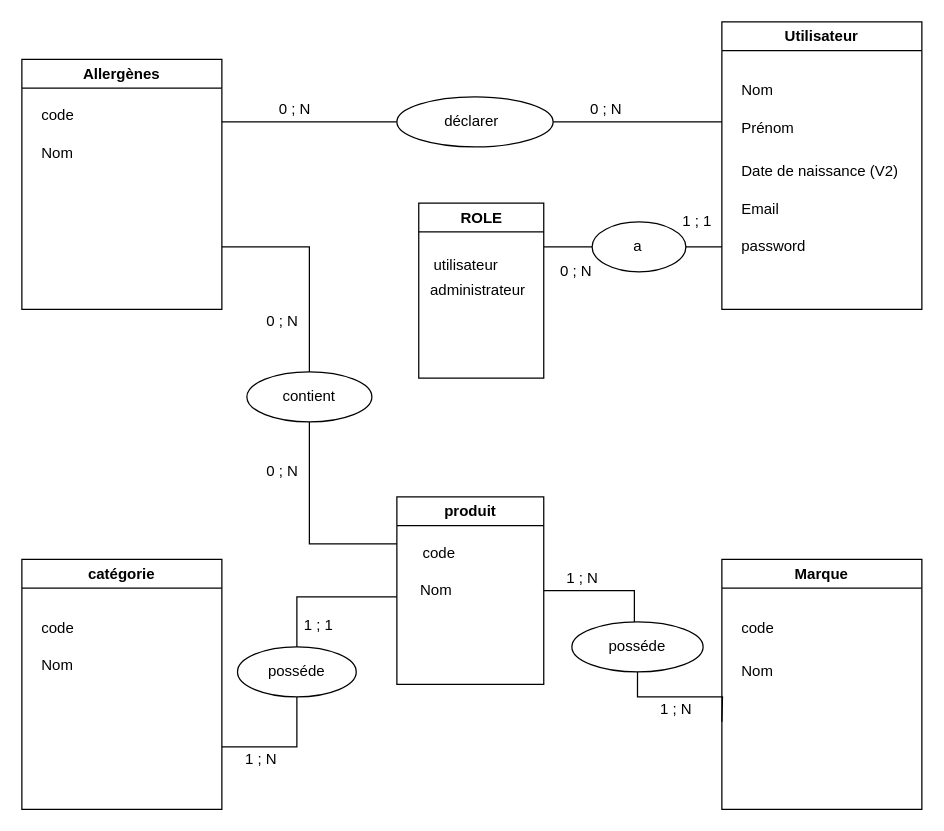
Earlier version of the draw.io diagram docs/MCD.drawio (LordThi/repo-back2). Source tidied: cells renumbered, new cells numbered last; positions are measured from the earlier drawing's top-left corner, leaving out a move shared by most shapes. Both pictures are drawn from the tidied source at 125%, with x=0, y=0 at pixel (21, 21).
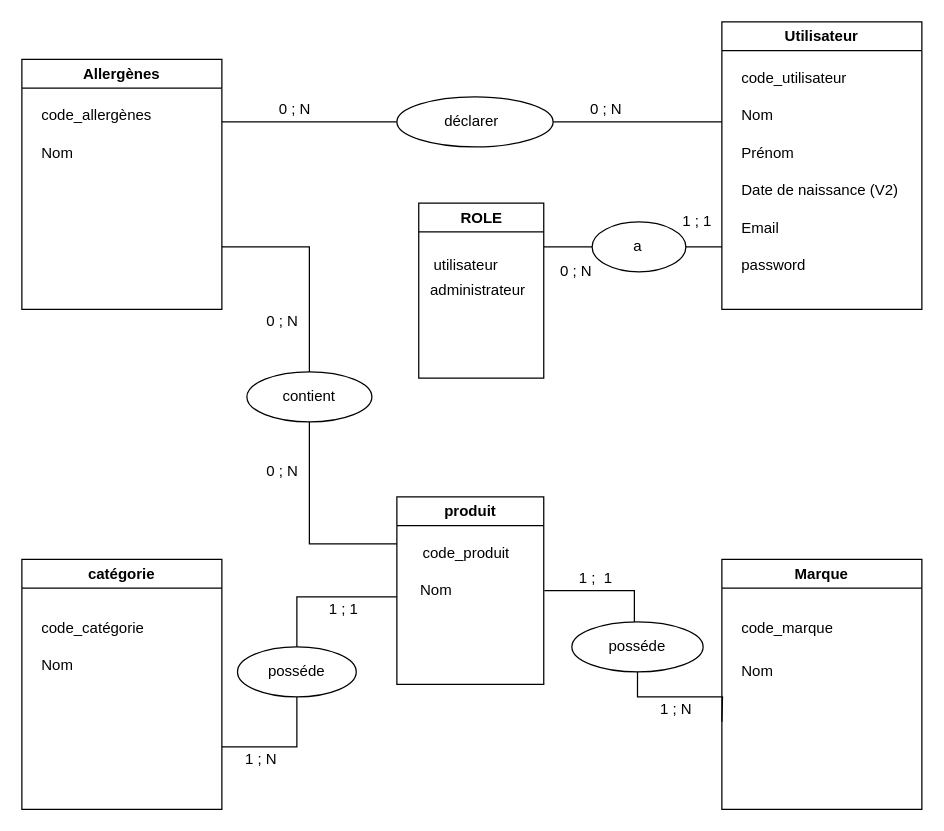
Above is the later version.

Unchanged cells that the change refers to:
```xml
<mxCell id="2" value="Utilisateur" style="swimlane;whiteSpace=wrap;html=1;" parent="1" vertex="1">
  <mxGeometry x="560" width="160" height="230" as="geometry" />
</mxCell>
<mxCell id="9" value="Allergènes" style="swimlane;whiteSpace=wrap;html=1;" parent="1" vertex="1">
  <mxGeometry y="30" width="160" height="200" as="geometry" />
</mxCell>
<mxCell id="12" value="catégorie" style="swimlane;whiteSpace=wrap;html=1;" parent="1" vertex="1">
  <mxGeometry y="430" width="160" height="200" as="geometry" />
</mxCell>
<mxCell id="15" value="Marque" style="swimlane;whiteSpace=wrap;html=1;" parent="1" vertex="1">
  <mxGeometry x="560" y="430" width="160" height="200" as="geometry" />
</mxCell>
<mxCell id="28" value="produit" style="swimlane;whiteSpace=wrap;html=1;" parent="1" vertex="1">
  <mxGeometry x="300" y="380" width="117.5" height="150" as="geometry" />
</mxCell>
<mxCell id="33" style="ellipse;whiteSpace=wrap;html=1;" parent="1" vertex="1">
  <mxGeometry x="440" y="480" width="105" height="40" as="geometry" />
</mxCell>
```

Change to the diagram source:
```diff
@@
     <mxCell id="3" value="Nom" style="text;strokeColor=none;fillColor=none;align=left;verticalAlign=middle;spacingLeft=4;spacingRight=4;overflow=hidden;whiteSpace=wrap;html=1;" parent="2" vertex="1">
-      <mxGeometry x="10" y="40" width="80" height="30" as="geometry" />
+      <mxGeometry x="10" y="60" width="80" height="30" as="geometry" />
     </mxCell>
     <mxCell id="4" value="Prénom" style="text;strokeColor=none;fillColor=none;align=left;verticalAlign=middle;spacingLeft=4;spacingRight=4;overflow=hidden;whiteSpace=wrap;html=1;" parent="2" vertex="1">
-      <mxGeometry x="10" y="70" width="80" height="30" as="geometry" />
+      <mxGeometry x="10" y="90" width="80" height="30" as="geometry" />
     </mxCell>
     <mxCell id="5" value="Date de naissance (V2)" style="text;strokeColor=none;fillColor=none;align=left;verticalAlign=middle;spacingLeft=4;spacingRight=4;overflow=hidden;whiteSpace=wrap;html=1;" parent="2" vertex="1">
-      <mxGeometry x="10" y="105" width="150" height="30" as="geometry" />
+      <mxGeometry x="10" y="120" width="150" height="30" as="geometry" />
     </mxCell>
     <mxCell id="6" value="Email" style="text;strokeColor=none;fillColor=none;align=left;verticalAlign=middle;spacingLeft=4;spacingRight=4;overflow=hidden;whiteSpace=wrap;html=1;" parent="2" vertex="1">
-      <mxGeometry x="10" y="135" width="150" height="30" as="geometry" />
+      <mxGeometry x="10" y="150" width="150" height="30" as="geometry" />
     </mxCell>
     <mxCell id="7" value="password" style="text;strokeColor=none;fillColor=none;align=left;verticalAlign=middle;spacingLeft=4;spacingRight=4;overflow=hidden;whiteSpace=wrap;html=1;" parent="2" vertex="1">
-      <mxGeometry x="10" y="165" width="150" height="30" as="geometry" />
+      <mxGeometry x="10" y="180" width="150" height="30" as="geometry" />
     </mxCell>
+    <mxCell id="52" value="code_utilisateur" style="text;strokeColor=none;fillColor=none;align=left;verticalAlign=middle;spacingLeft=4;spacingRight=4;overflow=hidden;whiteSpace=wrap;html=1;" parent="2" vertex="1">
+      <mxGeometry x="10" y="30" width="110" height="30" as="geometry" />
+    </mxCell>
@@
-    <mxCell id="11" value="code" style="text;strokeColor=none;fillColor=none;align=left;verticalAlign=middle;spacingLeft=4;spacingRight=4;overflow=hidden;whiteSpace=wrap;html=1;" parent="9" vertex="1">
-      <mxGeometry x="10" y="30" width="80" height="30" as="geometry" />
+    <mxCell id="11" value="code_allergènes" style="text;strokeColor=none;fillColor=none;align=left;verticalAlign=middle;spacingLeft=4;spacingRight=4;overflow=hidden;whiteSpace=wrap;html=1;" parent="9" vertex="1">
+      <mxGeometry x="10" y="30" width="110" height="30" as="geometry" />
     </mxCell>
@@
-    <mxCell id="14" value="code" style="text;strokeColor=none;fillColor=none;align=left;verticalAlign=middle;spacingLeft=4;spacingRight=4;overflow=hidden;whiteSpace=wrap;html=1;" parent="12" vertex="1">
-      <mxGeometry x="10" y="40" width="80" height="30" as="geometry" />
+    <mxCell id="14" value="code_catégorie" style="text;strokeColor=none;fillColor=none;align=left;verticalAlign=middle;spacingLeft=4;spacingRight=4;overflow=hidden;whiteSpace=wrap;html=1;" parent="12" vertex="1">
+      <mxGeometry x="10" y="40" width="110" height="30" as="geometry" />
     </mxCell>
@@
-    <mxCell id="17" value="code" style="text;strokeColor=none;fillColor=none;align=left;verticalAlign=middle;spacingLeft=4;spacingRight=4;overflow=hidden;whiteSpace=wrap;html=1;" parent="15" vertex="1">
-      <mxGeometry x="10" y="40" width="80" height="30" as="geometry" />
+    <mxCell id="17" value="code_marque" style="text;strokeColor=none;fillColor=none;align=left;verticalAlign=middle;spacingLeft=4;spacingRight=4;overflow=hidden;whiteSpace=wrap;html=1;" parent="15" vertex="1">
+      <mxGeometry x="10" y="40" width="100" height="30" as="geometry" />
     </mxCell>
@@
     <mxCell id="27" value="1 ; 1" style="text;strokeColor=none;fillColor=none;align=left;verticalAlign=middle;spacingLeft=4;spacingRight=4;overflow=hidden;whiteSpace=wrap;html=1;" parent="1" vertex="1">
-      <mxGeometry x="220" y="472.5" width="40" height="20" as="geometry" />
+      <mxGeometry x="240" y="460" width="40" height="20" as="geometry" />
     </mxCell>
@@
-    <mxCell id="30" value="code" style="text;strokeColor=none;fillColor=none;align=left;verticalAlign=middle;spacingLeft=4;spacingRight=4;overflow=hidden;whiteSpace=wrap;html=1;" parent="28" vertex="1">
+    <mxCell id="30" value="code_produit" style="text;strokeColor=none;fillColor=none;align=left;verticalAlign=middle;spacingLeft=4;spacingRight=4;overflow=hidden;whiteSpace=wrap;html=1;" parent="28" vertex="1">
       <mxGeometry x="15" y="30" width="80" height="30" as="geometry" />
     </mxCell>
-    <mxCell id="31" style="edgeStyle=orthogonalEdgeStyle;rounded=0;jettySize=auto;html=1;exitX=1;exitY=0.5;exitDx=0;exitDy=0;endArrow=none;endFill=0;" parent="1" edge="1" source="28" target="33">
+    <mxCell id="31" style="edgeStyle=orthogonalEdgeStyle;rounded=0;jettySize=auto;html=1;endArrow=none;endFill=0;" parent="1" edge="1" target="33">
       <mxGeometry relative="1" as="geometry">
+        <mxPoint x="418" y="455" as="sourcePoint" />
         <Array as="points">
           <mxPoint x="490" y="455" />
         </Array>
       </mxGeometry>
     </mxCell>
@@
-    <mxCell id="36" value="1 ; N" style="text;strokeColor=none;fillColor=none;align=left;verticalAlign=middle;spacingLeft=4;spacingRight=4;overflow=hidden;whiteSpace=wrap;html=1;" parent="1" vertex="1">
-      <mxGeometry x="430" y="435" width="40" height="20" as="geometry" />
+    <mxCell id="36" value="1 ;&amp;nbsp; 1" style="text;strokeColor=none;fillColor=none;align=left;verticalAlign=middle;spacingLeft=4;spacingRight=4;overflow=hidden;whiteSpace=wrap;html=1;" parent="1" vertex="1">
+      <mxGeometry x="440" y="435" width="40" height="20" as="geometry" />
     </mxCell>
```
